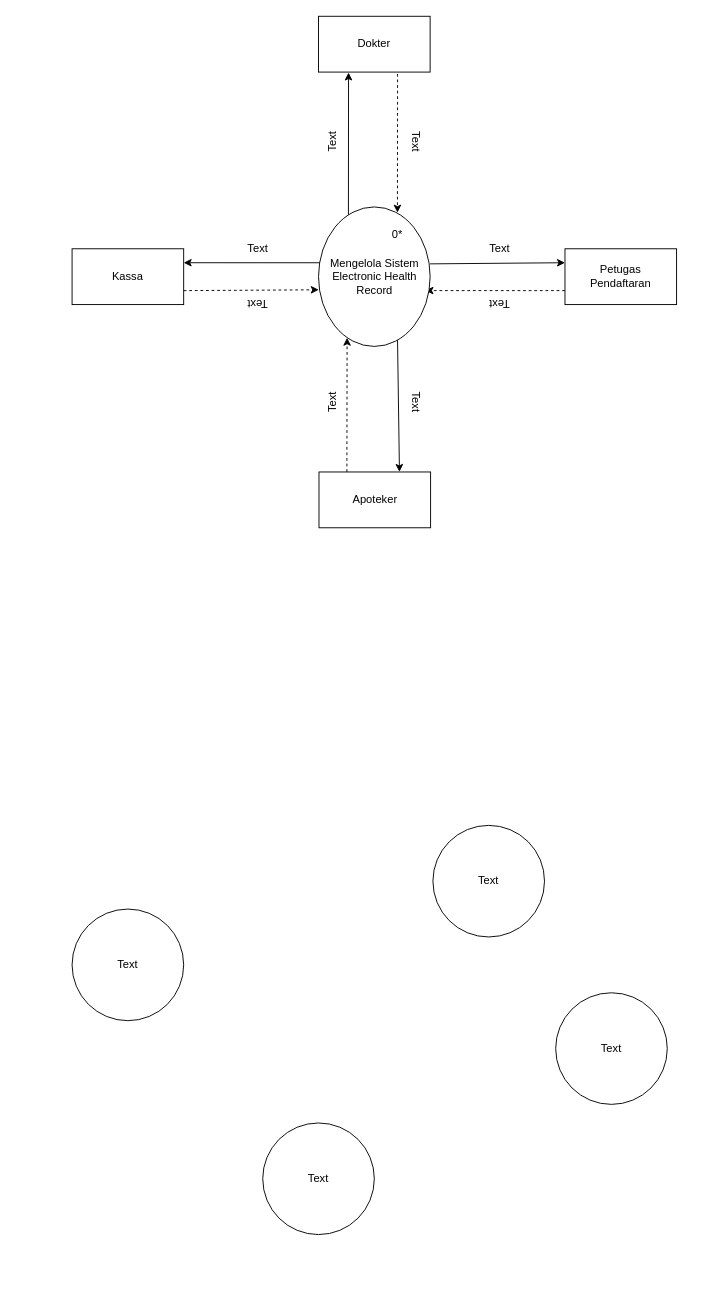
Earlier version of the draw.io diagram DFD LVL 0.drawio (Arfnvaaa/Arfnvaaa). Source tidied: cells renumbered, new cells numbered last; positions are measured from the earlier drawing's top-left corner, leaving out a move shared by most shapes. Both pictures are drawn from the tidied source at 93%, with x=0, y=0 at pixel (72, 16).
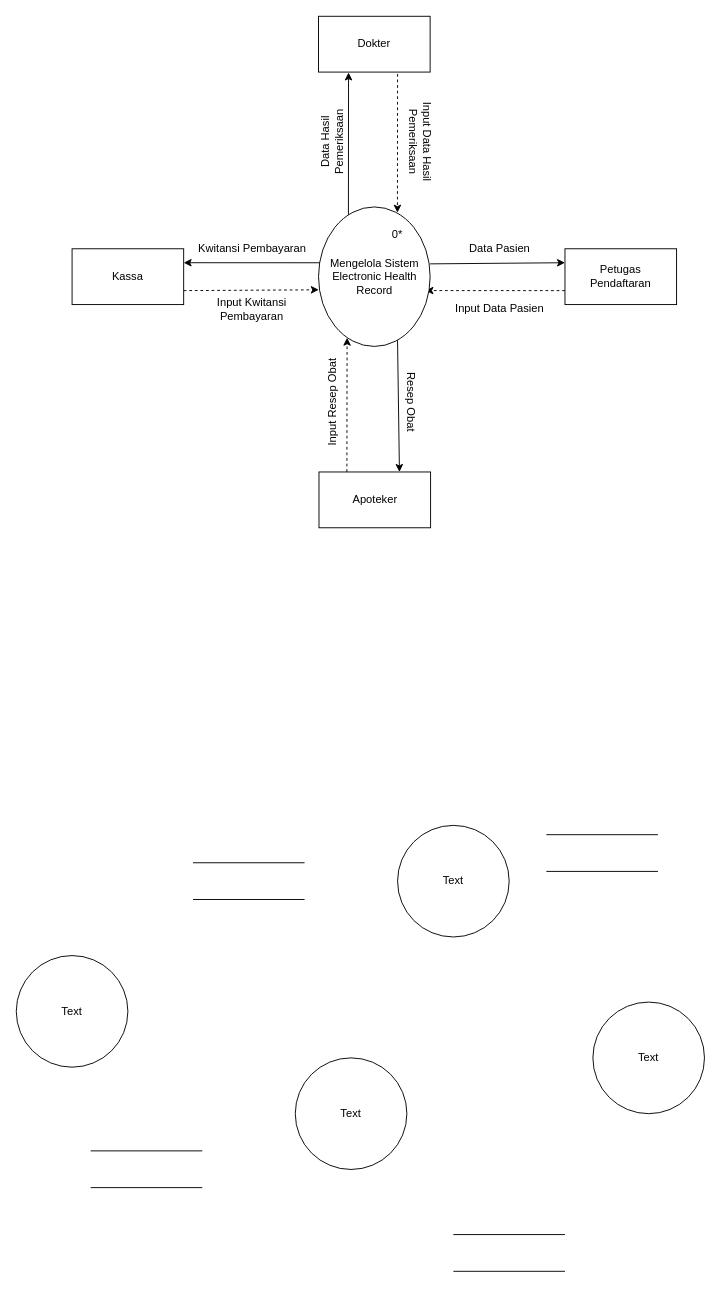
The same page after the edit.

Change to the diagram source:
```diff
@@
     <mxCell id="26" style="group;" parent="1" vertex="1">
-      <mxGeometry x="520" y="1050" width="120" height="120" as="geometry" />
+      <mxGeometry x="560" y="1060" width="120" height="120" as="geometry" />
     </mxCell>
@@
     <mxCell id="29" style="group;" parent="1" vertex="1">
-      <mxGeometry x="388" y="870" width="120" height="120" as="geometry" />
+      <mxGeometry x="350" y="870" width="120" height="120" as="geometry" />
     </mxCell>
@@
     <mxCell id="32" style="group;" parent="1" vertex="1">
-      <mxGeometry y="960" width="120" height="120" as="geometry" />
+      <mxGeometry x="-60" y="1010" width="120" height="120" as="geometry" />
     </mxCell>
@@
     <mxCell id="35" style="group;" parent="1" vertex="1">
-      <mxGeometry x="205" y="1190" width="120" height="120" as="geometry" />
+      <mxGeometry x="240" y="1120" width="120" height="120" as="geometry" />
     </mxCell>
@@
-    <mxCell id="38" value="Text" style="text;html=1;whiteSpace=wrap;strokeColor=none;fillColor=none;align=center;verticalAlign=middle;rounded=0;rotation=-90;" parent="1" vertex="1">
+    <mxCell id="38" value="Data Hasil Pemeriksaan" style="text;html=1;whiteSpace=wrap;strokeColor=none;fillColor=none;align=center;verticalAlign=middle;rounded=0;rotation=-90;" parent="1" vertex="1">
       <mxGeometry x="250" y="120" width="60" height="30" as="geometry" />
     </mxCell>
-    <mxCell id="39" value="Text" style="text;html=1;whiteSpace=wrap;strokeColor=none;fillColor=none;align=center;verticalAlign=middle;rounded=0;rotation=90;" parent="1" vertex="1">
-      <mxGeometry x="340" y="120" width="60" height="30" as="geometry" />
+    <mxCell id="39" value="Input Data Hasil Pemeriksaan" style="text;html=1;whiteSpace=wrap;strokeColor=none;fillColor=none;align=center;verticalAlign=middle;rounded=0;rotation=90;" parent="1" vertex="1">
+      <mxGeometry x="320" y="120" width="110" height="30" as="geometry" />
     </mxCell>
-    <mxCell id="40" value="Text" style="text;html=1;whiteSpace=wrap;strokeColor=none;fillColor=none;align=center;verticalAlign=middle;rounded=0;rotation=-90;" parent="1" vertex="1">
-      <mxGeometry x="250" y="400" width="60" height="30" as="geometry" />
+    <mxCell id="40" value="Input Resep Obat" style="text;html=1;whiteSpace=wrap;strokeColor=none;fillColor=none;align=center;verticalAlign=middle;rounded=0;rotation=-90;" parent="1" vertex="1">
+      <mxGeometry x="230" y="400" width="100" height="30" as="geometry" />
     </mxCell>
-    <mxCell id="41" value="Text" style="text;html=1;whiteSpace=wrap;strokeColor=none;fillColor=none;align=center;verticalAlign=middle;rounded=0;rotation=90;" parent="1" vertex="1">
-      <mxGeometry x="340" y="400" width="60" height="30" as="geometry" />
+    <mxCell id="41" value="Resep Obat" style="text;html=1;whiteSpace=wrap;strokeColor=none;fillColor=none;align=center;verticalAlign=middle;rounded=0;rotation=90;" parent="1" vertex="1">
+      <mxGeometry x="330" y="400" width="70" height="30" as="geometry" />
     </mxCell>
-    <mxCell id="42" value="Text" style="text;html=1;whiteSpace=wrap;strokeColor=none;fillColor=none;align=center;verticalAlign=middle;rounded=0;" parent="1" vertex="1">
-      <mxGeometry x="170" y="235" width="60" height="30" as="geometry" />
+    <mxCell id="42" value="Kwitansi Pembayaran" style="text;html=1;whiteSpace=wrap;strokeColor=none;fillColor=none;align=center;verticalAlign=middle;rounded=0;" parent="1" vertex="1">
+      <mxGeometry x="133.5" y="235" width="120" height="30" as="geometry" />
     </mxCell>
-    <mxCell id="43" value="Text" style="text;html=1;whiteSpace=wrap;strokeColor=none;fillColor=none;align=center;verticalAlign=middle;rounded=0;rotation=-180;" parent="1" vertex="1">
-      <mxGeometry x="170" y="295" width="60" height="30" as="geometry" />
+    <mxCell id="43" value="Input Kwitansi Pembayaran" style="text;html=1;whiteSpace=wrap;strokeColor=none;fillColor=none;align=center;verticalAlign=middle;rounded=0;rotation=0;" parent="1" vertex="1">
+      <mxGeometry x="120" y="300" width="147" height="30" as="geometry" />
     </mxCell>
-    <mxCell id="44" value="Text" style="text;html=1;whiteSpace=wrap;strokeColor=none;fillColor=none;align=center;verticalAlign=middle;rounded=0;" parent="1" vertex="1">
-      <mxGeometry x="430" y="235" width="60" height="30" as="geometry" />
+    <mxCell id="44" value="Data Pasien" style="text;html=1;whiteSpace=wrap;strokeColor=none;fillColor=none;align=center;verticalAlign=middle;rounded=0;" parent="1" vertex="1">
+      <mxGeometry x="415" y="235" width="90" height="30" as="geometry" />
     </mxCell>
-    <mxCell id="45" value="Text" style="text;html=1;whiteSpace=wrap;strokeColor=none;fillColor=none;align=center;verticalAlign=middle;rounded=0;rotation=-180;" parent="1" vertex="1">
-      <mxGeometry x="430" y="295" width="60" height="30" as="geometry" />
+    <mxCell id="45" value="Input Data Pasien" style="text;html=1;whiteSpace=wrap;strokeColor=none;fillColor=none;align=center;verticalAlign=middle;rounded=0;rotation=0;" parent="1" vertex="1">
+      <mxGeometry x="410" y="300" width="100" height="30" as="geometry" />
     </mxCell>
+    <mxCell id="46" style="group;" parent="1" vertex="1">
+      <mxGeometry x="130" y="910.2" width="120" height="39.5" as="geometry" />
+    </mxCell>
+    <mxCell id="47" style="endArrow=none;html=1;rounded=0;" parent="46" edge="1">
+      <mxGeometry relative="1" as="geometry">
+        <mxPoint as="sourcePoint" />
+        <mxPoint x="120" as="targetPoint" />
+      </mxGeometry>
+    </mxCell>
+    <mxCell id="48" style="endArrow=none;html=1;rounded=0;" parent="46" edge="1">
+      <mxGeometry relative="1" as="geometry">
+        <mxPoint y="39.5" as="sourcePoint" />
+        <mxPoint x="120" y="39.5" as="targetPoint" />
+      </mxGeometry>
+    </mxCell>
+    <mxCell id="49" style="group;" parent="1" vertex="1">
+      <mxGeometry x="20" y="1220" width="120" height="39.5" as="geometry" />
+    </mxCell>
+    <mxCell id="50" style="endArrow=none;html=1;rounded=0;" parent="49" edge="1">
+      <mxGeometry relative="1" as="geometry">
+        <mxPoint as="sourcePoint" />
+        <mxPoint x="120" as="targetPoint" />
+      </mxGeometry>
+    </mxCell>
+    <mxCell id="51" style="endArrow=none;html=1;rounded=0;" parent="49" edge="1">
+      <mxGeometry relative="1" as="geometry">
+        <mxPoint y="39.5" as="sourcePoint" />
+        <mxPoint x="120" y="39.5" as="targetPoint" />
+      </mxGeometry>
+    </mxCell>
+    <mxCell id="52" style="group;" parent="1" vertex="1">
+      <mxGeometry x="510" y="880" width="120" height="39.5" as="geometry" />
+    </mxCell>
+    <mxCell id="53" style="endArrow=none;html=1;rounded=0;" parent="52" edge="1">
+      <mxGeometry relative="1" as="geometry">
+        <mxPoint as="sourcePoint" />
+        <mxPoint x="120" as="targetPoint" />
+      </mxGeometry>
+    </mxCell>
+    <mxCell id="54" style="endArrow=none;html=1;rounded=0;" parent="52" edge="1">
+      <mxGeometry relative="1" as="geometry">
+        <mxPoint y="39.5" as="sourcePoint" />
+        <mxPoint x="120" y="39.5" as="targetPoint" />
+      </mxGeometry>
+    </mxCell>
+    <mxCell id="55" style="group;" parent="1" vertex="1">
+      <mxGeometry x="410" y="1310" width="120" height="39.5" as="geometry" />
+    </mxCell>
+    <mxCell id="56" style="endArrow=none;html=1;rounded=0;" parent="55" edge="1">
+      <mxGeometry relative="1" as="geometry">
+        <mxPoint as="sourcePoint" />
+        <mxPoint x="120" as="targetPoint" />
+      </mxGeometry>
+    </mxCell>
+    <mxCell id="57" style="endArrow=none;html=1;rounded=0;" parent="55" edge="1">
+      <mxGeometry relative="1" as="geometry">
+        <mxPoint y="39.5" as="sourcePoint" />
+        <mxPoint x="120" y="39.5" as="targetPoint" />
+      </mxGeometry>
+    </mxCell>
```
